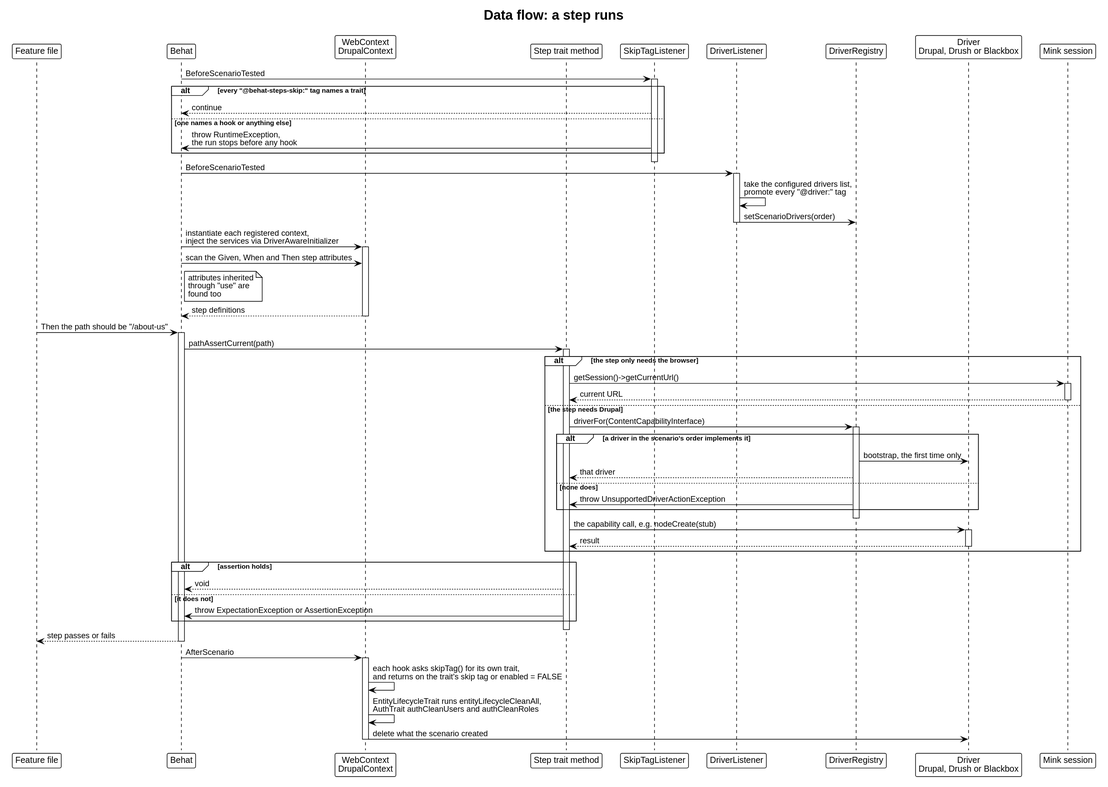
drevops/behat-steps keeps this PlantUML diagram as docs/architecture/dataflow-step.svg. Above is the earlier version.
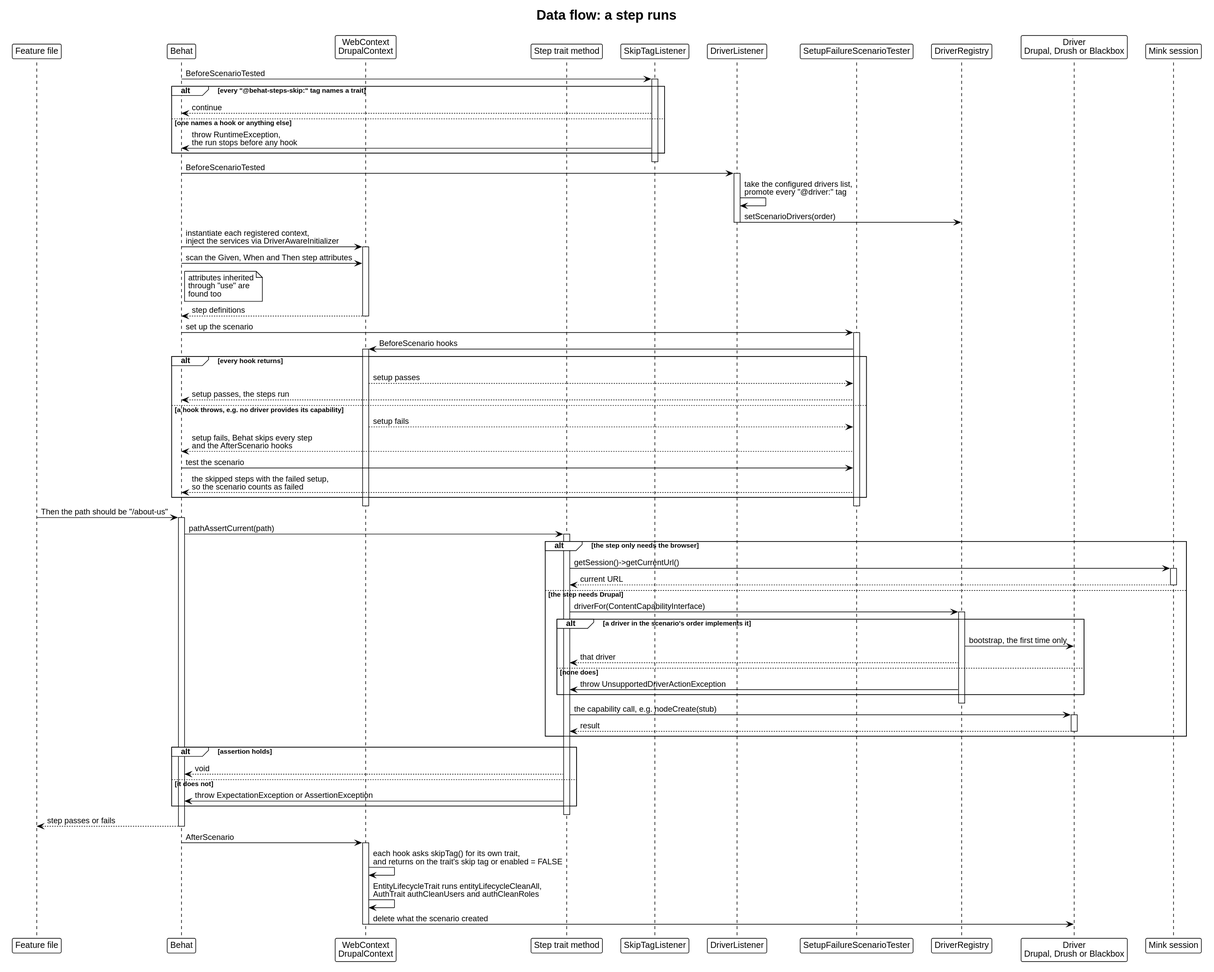
The same file after the commit.

Commit message:
[#829] Added 'SetupFailureScenarioTester' to the architecture docs and diagrams.

The edit, as a diff of the source:
```diff
@@ -11,6 +11,7 @@
 participant "Step trait method" as Trait
 participant "SkipTagListener" as SkipListener
 participant "DriverListener" as Listener
+participant "SetupFailureScenarioTester" as Tester
 participant "DriverRegistry" as DM
 participant "Driver\nDrupal, Drush or Blackbox" as Driver
 participant "Mink session" as Mink
@@ -36,6 +37,22 @@
 note right of Behat: attributes inherited\nthrough "use" are\nfound too
 Ctx --> Behat: step definitions
 deactivate Ctx
+
+Behat -> Tester: set up the scenario
+activate Tester
+Tester -> Ctx: BeforeScenario hooks
+activate Ctx
+alt every hook returns
+  Ctx --> Tester: setup passes
+  Tester --> Behat: setup passes, the steps run
+else a hook throws, e.g. no driver provides its capability
+  Ctx --> Tester: setup fails
+  Tester --> Behat: setup fails, Behat skips every step\nand the AfterScenario hooks
+  Behat -> Tester: test the scenario
+  Tester --> Behat: the skipped steps with the failed setup,\nso the scenario counts as failed
+end
+deactivate Ctx
+deactivate Tester
 
 Feature -> Behat: Then the path should be "/about-us"
 activate Behat
```
